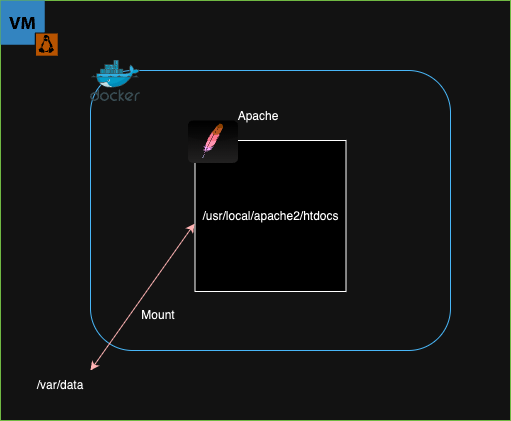
This is bind-mount-vs-named-volume/named-volume.png from kobevino/kobevino.github.io, a draw.io export, as it was before one commit. Source tidied: cells renumbered, new cells last; positions are measured from the earlier drawing's top-left corner, leaving out a move shared by most shapes.
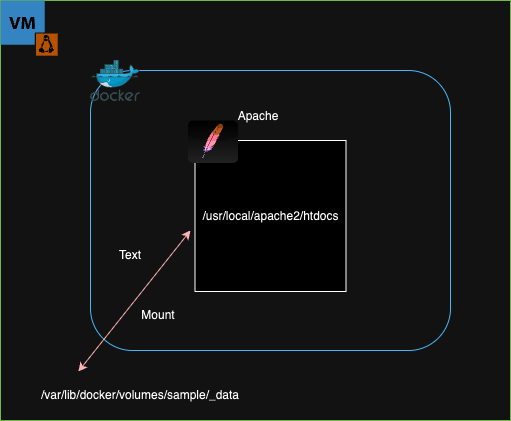
The same file after the commit.

Change to the diagram source:
```diff
@@ -26,17 +26,23 @@
     <mxCell id="9" style="dashed=0;html=1;align=center;labelPosition=center;verticalLabelPosition=bottom;verticalAlign=top;shape=mxgraph.webicons.apache;gradientColor=#DFDEDE;" parent="6" vertex="1">
       <mxGeometry y="19" width="50" height="42.4" as="geometry" />
     </mxCell>
-    <mxCell id="10" value="/var/data" style="text;html=1;align=center;verticalAlign=middle;whiteSpace=wrap;rounded=0;" parent="1" vertex="1">
-      <mxGeometry x="30" y="370" width="60" height="30" as="geometry" />
-    </mxCell>
     <mxCell id="11" value="Mount" style="text;html=1;align=center;verticalAlign=middle;whiteSpace=wrap;rounded=0;" parent="1" vertex="1">
       <mxGeometry x="127.5" y="300" width="60" height="30" as="geometry" />
     </mxCell>
     <mxCell id="12" style="shadow=0;dashed=0;html=1;strokeColor=none;fillColor=#4495D1;labelPosition=center;verticalLabelPosition=bottom;verticalAlign=top;align=center;shape=mxgraph.veeam.vm_linux;" parent="1" vertex="1">
       <mxGeometry width="57.2" height="55.2" as="geometry" />
     </mxCell>
-    <mxCell id="13" style="endArrow=classic;startArrow=classic;html=1;rounded=0;entryX=-0.003;entryY=0.55;entryDx=0;entryDy=0;entryPerimeter=0;exitX=1;exitY=0;exitDx=0;exitDy=0;fillColor=#e51400;strokeColor=#B20000;" parent="1" edge="1" source="10" target="8">
-      <mxGeometry relative="1" as="geometry" />
+    <mxCell id="13" style="endArrow=classic;startArrow=classic;html=1;rounded=0;exitX=0.171;exitY=0.033;exitDx=0;exitDy=0;fillColor=#e51400;strokeColor=#B20000;exitPerimeter=0;" parent="1" edge="1">
+      <mxGeometry relative="1" as="geometry">
+        <mxPoint x="77.9" y="371" as="sourcePoint" />
+        <mxPoint x="190" y="230" as="targetPoint" />
+      </mxGeometry>
     </mxCell>
+    <mxCell id="14" value="Text" style="text;html=1;align=center;verticalAlign=middle;whiteSpace=wrap;rounded=0;" parent="1" vertex="1">
+      <mxGeometry x="100" y="240" width="60" height="30" as="geometry" />
+    </mxCell>
+    <mxCell id="15" value="/var/lib/docker/volumes/sample/_data" style="text;html=1;align=center;verticalAlign=middle;whiteSpace=wrap;rounded=0;" parent="1" vertex="1">
+      <mxGeometry x="30" y="380" width="220" height="30" as="geometry" />
+    </mxCell>
   </root>
 </mxGraphModel>
```
